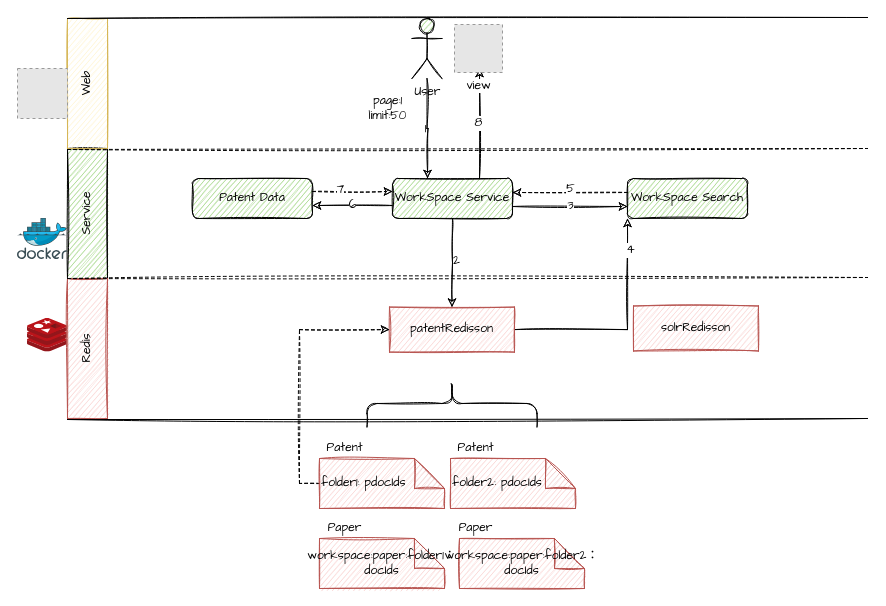
The draw.io diagram page "workspace sorting" (3 of 3) of RD Innovation.drawio in yindongjun/gangzhang.github.io, before the edit. Source tidied: cells renumbered, new cells numbered last; positions are measured from the earlier drawing's top-left corner, leaving out a move shared by most shapes. Both pictures are drawn from the tidied source at 100%, with x=0, y=0 at pixel (17, 17). Pictures stored in the file or linked from it are replaced by grey dashed boxes.
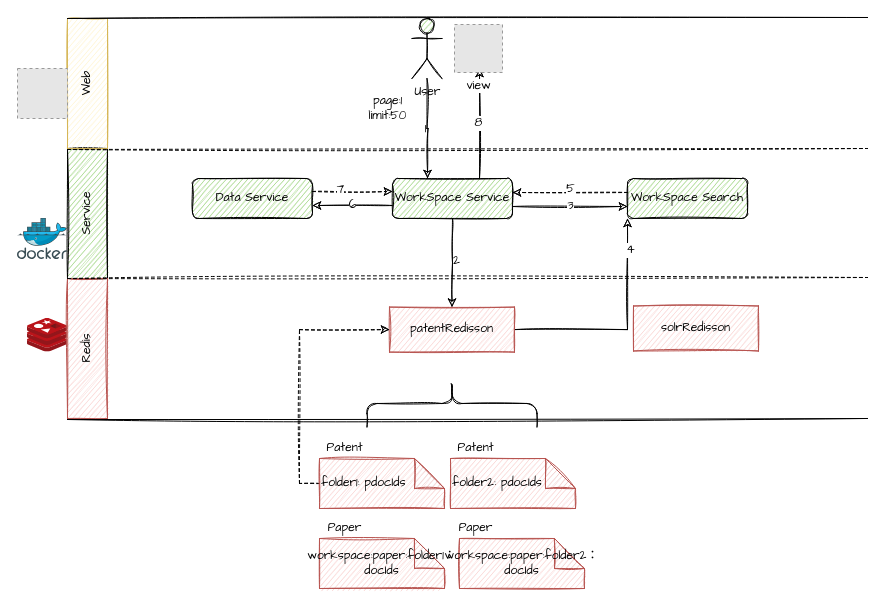
The same page after the edit.

What changed in the source:
```diff
@@
-    <mxCell id="26" value="Patent Data" style="rounded=1;whiteSpace=wrap;html=1;fontFamily=Comic Sans MS;sketch=1;fillColor=#97D077;" parent="1" vertex="1">
+    <mxCell id="26" value="Data Service" style="rounded=1;whiteSpace=wrap;html=1;fontFamily=Comic Sans MS;sketch=1;fillColor=#97D077;" parent="1" vertex="1">
       <mxGeometry x="175" y="161" width="120" height="40" as="geometry" />
     </mxCell>
```
